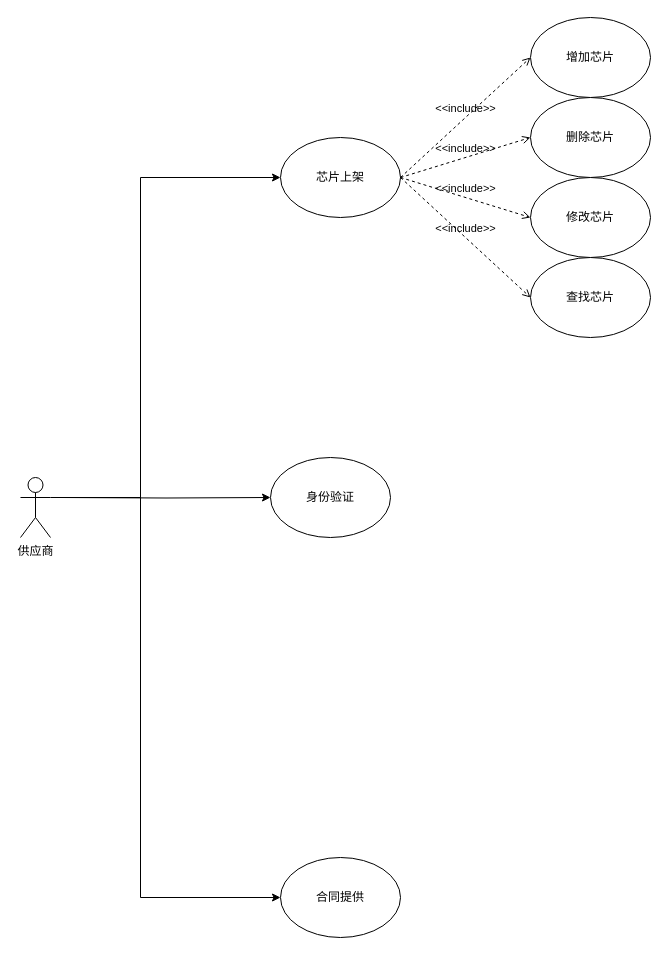
Above: （2）.drawio in liuyang0228/text (draw.io), before the change. Source tidied: cells renumbered, new cells numbered last; positions are measured from the earlier drawing's top-left corner, leaving out a move shared by most shapes. Both pictures are drawn from the tidied source at 100%, with x=0, y=0 at pixel (20, 17).
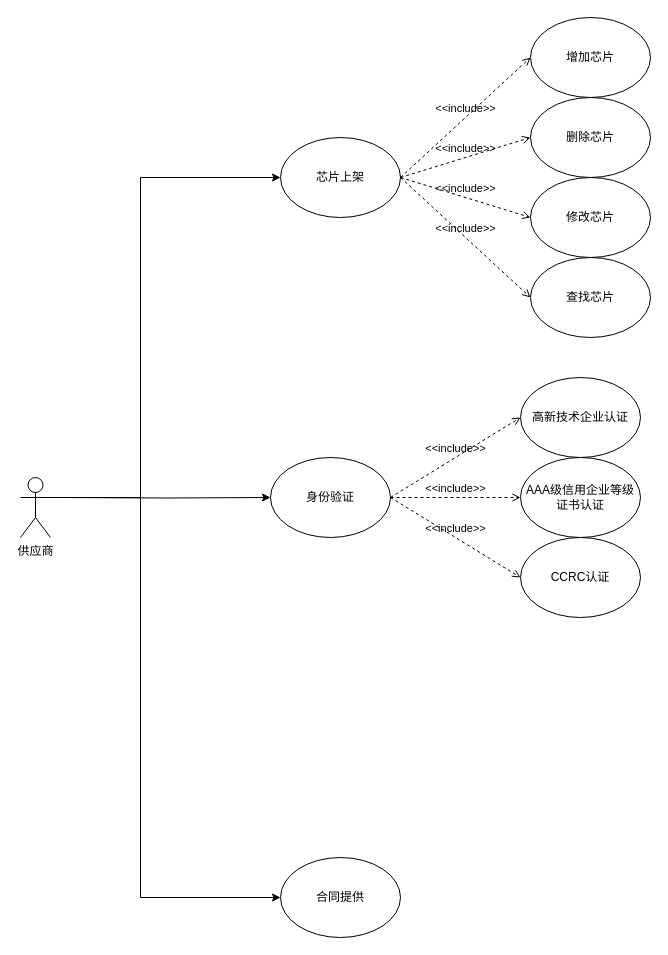
After the change.

Unchanged cells that the change refers to:
```xml
<mxCell id="5" value="身份验证" style="ellipse;whiteSpace=wrap;html=1;" parent="1" vertex="1">
  <mxGeometry x="250" y="440" width="120" height="80" as="geometry" />
</mxCell>
```

Change to the diagram source:
```diff
@@
+    <mxCell id="17" value="高新技术企业认证" style="ellipse;whiteSpace=wrap;html=1;" parent="1" vertex="1">
+      <mxGeometry x="500" y="360" width="120" height="80" as="geometry" />
+    </mxCell>
+    <mxCell id="18" value="AAA级信用企业等级证书认证" style="ellipse;whiteSpace=wrap;html=1;" parent="1" vertex="1">
+      <mxGeometry x="500" y="440" width="120" height="80" as="geometry" />
+    </mxCell>
+    <mxCell id="19" value="CCRC认证" style="ellipse;whiteSpace=wrap;html=1;" parent="1" vertex="1">
+      <mxGeometry x="500" y="520" width="120" height="80" as="geometry" />
+    </mxCell>
+    <mxCell id="20" value="&amp;lt;&amp;lt;include&amp;gt;&amp;gt;" style="html=1;verticalAlign=bottom;labelBackgroundColor=none;endArrow=open;endFill=0;dashed=1;rounded=0;exitX=1;exitY=0.5;exitDx=0;exitDy=0;entryX=0;entryY=0.5;entryDx=0;entryDy=0;" parent="1" edge="1" source="5" target="17">
+      <mxGeometry relative="1" as="geometry" />
+    </mxCell>
+    <mxCell id="21" value="&amp;lt;&amp;lt;include&amp;gt;&amp;gt;" style="html=1;verticalAlign=bottom;labelBackgroundColor=none;endArrow=open;endFill=0;dashed=1;rounded=0;entryX=0;entryY=0.5;entryDx=0;entryDy=0;" parent="1" edge="1" target="18">
+      <mxGeometry relative="1" as="geometry">
+        <mxPoint x="370" y="480" as="sourcePoint" />
+      </mxGeometry>
+    </mxCell>
+    <mxCell id="22" value="&amp;lt;&amp;lt;include&amp;gt;&amp;gt;" style="html=1;verticalAlign=bottom;labelBackgroundColor=none;endArrow=open;endFill=0;dashed=1;rounded=0;entryX=0;entryY=0.5;entryDx=0;entryDy=0;exitX=1;exitY=0.5;exitDx=0;exitDy=0;" parent="1" edge="1" source="5" target="19">
+      <mxGeometry relative="1" as="geometry" />
+    </mxCell>
```
